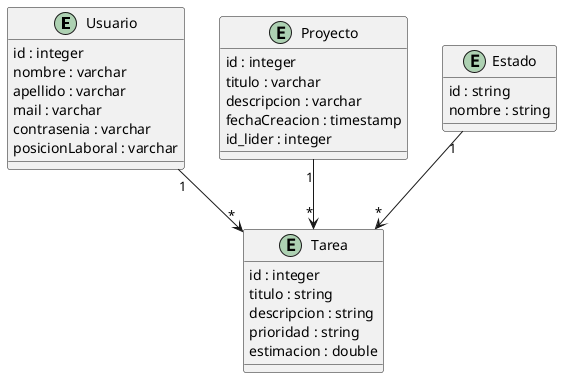
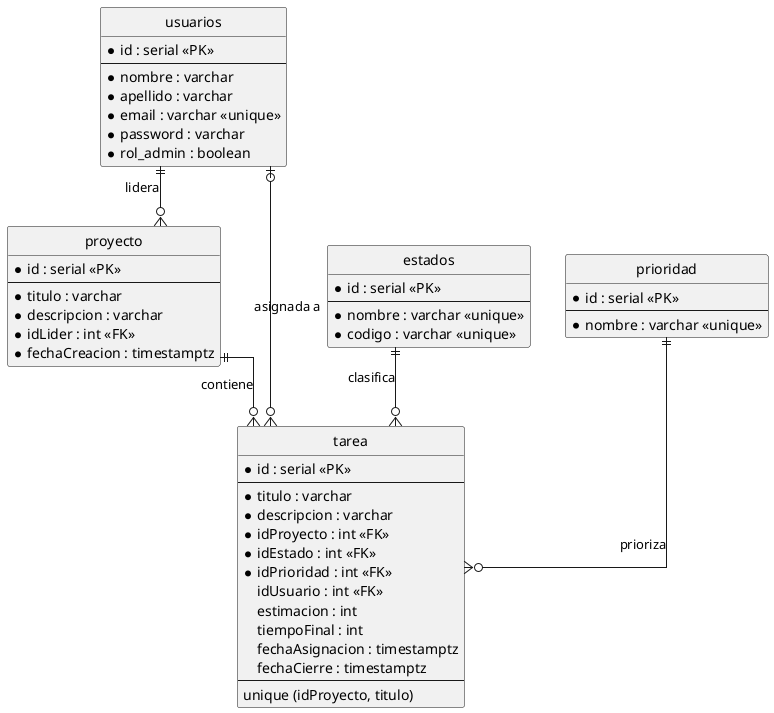
@startuml
+ hide circle
+ skinparam linetype ortho

- entity Usuario {
-     id : integer
-     nombre : varchar
-     apellido : varchar
-     mail : varchar
-     contrasenia : varchar
-     posicionLaboral : varchar
+ entity "usuarios" as usuarios {
+   *id : serial <<PK>>
+   --
+   *nombre : varchar
+   *apellido : varchar
+   *email : varchar <<unique>>
+   *password : varchar
+   *rol_admin : boolean
}

- entity Proyecto {
-     id : integer
-     titulo : varchar
-     descripcion : varchar
-     fechaCreacion : timestamp
-     id_lider : integer
+ entity "proyecto" as proyecto {
+   *id : serial <<PK>>
+   --
+   *titulo : varchar
+   *descripcion : varchar
+   *idLider : int <<FK>>
+   *fechaCreacion : timestamptz
}

- entity Tarea {
-     id : integer
-     titulo : string
-     descripcion : string
-     prioridad : string
-     estimacion : double
+ entity "tarea" as tarea {
+   *id : serial <<PK>>
+   --
+   *titulo : varchar
+   *descripcion : varchar
+   *idProyecto : int <<FK>>
+   *idEstado : int <<FK>>
+   *idPrioridad : int <<FK>>
+   idUsuario : int <<FK>>
+   estimacion : int
+   tiempoFinal : int
+   fechaAsignacion : timestamptz
+   fechaCierre : timestamptz
+   --
+   unique (idProyecto, titulo)
}

- entity Estado {
-     id : string
-     nombre : string
+ entity "estados" as estados {
+   *id : serial <<PK>>
+   --
+   *nombre : varchar <<unique>>
+   *codigo : varchar <<unique>>
}

- Proyecto "1" --> "*" Tarea
- Usuario "1" --> "*" Tarea
- Estado "1" --> "*" Tarea
+ entity "prioridad" as prioridad {
+   *id : serial <<PK>>
+   --
+   *nombre : varchar <<unique>>
+ }

+ ' Relaciones (notación pata de gallo)
+ usuarios  ||--o{ proyecto : "lidera"
+ usuarios  |o--o{ tarea    : "asignada a"
+ proyecto  ||--o{ tarea    : "contiene"
+ estados   ||--o{ tarea    : "clasifica"
+ prioridad ||--o{ tarea    : "prioriza"
@enduml